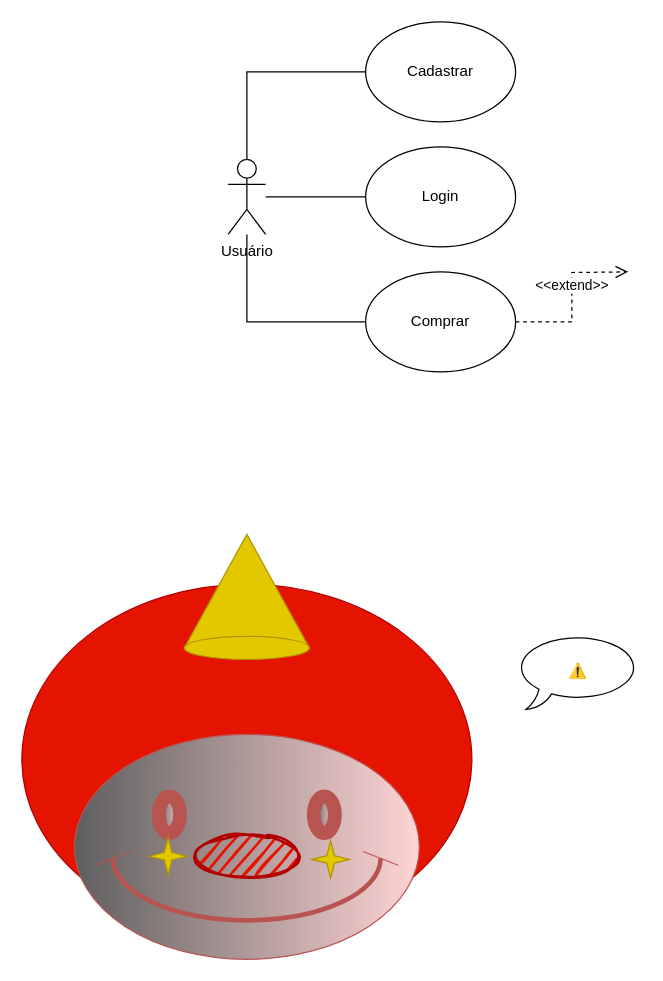
Earlier version of the draw.io diagram Diagrama sem nome.drawio (MolisaxD/Diagramas). Source tidied: cells renumbered, new cells numbered last; positions are measured from the earlier drawing's top-left corner, leaving out a move shared by most shapes. Both pictures are drawn from the tidied source at 125%, with x=0, y=0 at pixel (21, 21).
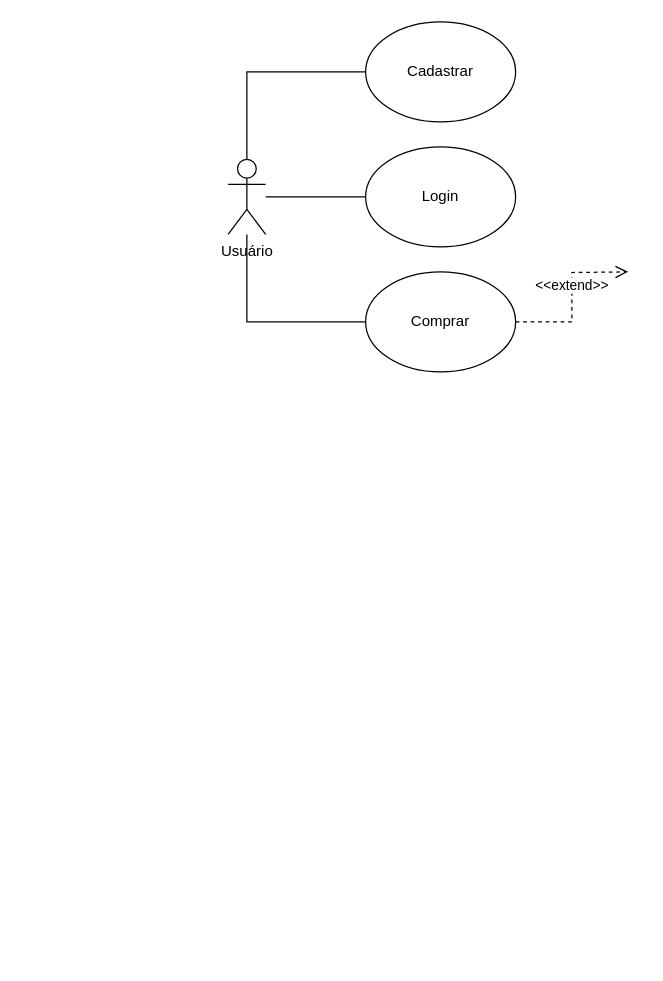
The same page after the edit.

The edit, as a diff of the source:
```diff
@@
 <mxGraphModel>
   <root>
     <mxCell id="0" />
     <mxCell id="1" parent="0" />
     <mxCell id="2" value="Usuário" style="shape=umlActor;verticalLabelPosition=bottom;verticalAlign=top;html=1;outlineConnect=0;" parent="1" vertex="1">
       <mxGeometry x="165" y="110" width="30" height="60" as="geometry" />
     </mxCell>
     <mxCell id="3" style="rounded=0;jettySize=auto;html=1;edgeStyle=orthogonalEdgeStyle;elbow=vertical;endArrow=none;endFill=0;" parent="1" edge="1" source="4" target="2">
       <mxGeometry relative="1" as="geometry" />
     </mxCell>
     <mxCell id="4" value="Cadastrar" style="ellipse;whiteSpace=wrap;html=1;" parent="1" vertex="1">
       <mxGeometry x="275" width="120" height="80" as="geometry" />
     </mxCell>
     <mxCell id="5" style="edgeStyle=orthogonalEdgeStyle;rounded=0;jettySize=auto;html=1;endArrow=none;endFill=0;" parent="1" edge="1" source="6" target="2">
       <mxGeometry relative="1" as="geometry" />
     </mxCell>
     <mxCell id="6" value="Login" style="ellipse;whiteSpace=wrap;html=1;" parent="1" vertex="1">
       <mxGeometry x="275" y="100" width="120" height="80" as="geometry" />
     </mxCell>
     <mxCell id="7" style="edgeStyle=orthogonalEdgeStyle;rounded=0;jettySize=auto;html=1;endArrow=none;endFill=0;" parent="1" edge="1" source="8" target="2">
       <mxGeometry relative="1" as="geometry" />
     </mxCell>
     <mxCell id="8" value="Comprar" style="ellipse;whiteSpace=wrap;html=1;" parent="1" vertex="1">
       <mxGeometry x="275" y="200" width="120" height="80" as="geometry" />
     </mxCell>
     <mxCell id="9" value="&amp;lt;&amp;lt;extend&amp;gt;&amp;gt;" style="html=1;verticalAlign=bottom;endArrow=open;dashed=1;endSize=8;rounded=0;exitX=1;exitY=0.5;exitDx=0;exitDy=0;edgeStyle=orthogonalEdgeStyle;" parent="1" edge="1" source="8">
       <mxGeometry relative="1" as="geometry">
         <mxPoint x="485" y="200" as="targetPoint" />
       </mxGeometry>
     </mxCell>
-    <mxCell id="10" value="⚠️" style="whiteSpace=wrap;html=1;shape=mxgraph.basic.oval_callout;" parent="1" vertex="1">
-      <mxGeometry x="395" y="490" width="100" height="60" as="geometry" />
-    </mxCell>
-    <mxCell id="11" style="group;" parent="1" vertex="1">
-      <mxGeometry y="410" width="360" height="340" as="geometry" />
-    </mxCell>
-    <mxCell id="12" style="ellipse;whiteSpace=wrap;html=1;fillColor=#e51400;fontColor=#ffffff;strokeColor=#B20000;" parent="11" vertex="1">
-      <mxGeometry y="40" width="360" height="280" as="geometry" />
-    </mxCell>
-    <mxCell id="13" style="verticalLabelPosition=bottom;verticalAlign=top;html=1;shape=mxgraph.basic.smiley;fillColor=#FFD4D4;strokeColor=#b85450;fillStyle=auto;gradientColor=#5E5E5E;gradientDirection=west;" parent="11" vertex="1">
-      <mxGeometry x="42" y="160" width="276" height="180" as="geometry" />
-    </mxCell>
-    <mxCell id="14" style="ellipse;whiteSpace=wrap;html=1;strokeWidth=2;fillWeight=2;hachureGap=8;fillColor=#e51400;fillStyle=dots;sketch=1;fontColor=#ffffff;strokeColor=#B20000;" parent="11" vertex="1">
-      <mxGeometry x="136" y="240" width="88" height="35" as="geometry" />
-    </mxCell>
-    <mxCell id="15" style="verticalLabelPosition=bottom;verticalAlign=top;html=1;shape=mxgraph.basic.4_point_star_2;dx=0.8;fillColor=#e3c800;fontColor=#000000;strokeColor=#B09500;" parent="11" vertex="1">
-      <mxGeometry x="102" y="242.5" width="30" height="30" as="geometry" />
-    </mxCell>
-    <mxCell id="16" style="verticalLabelPosition=bottom;verticalAlign=top;html=1;shape=mxgraph.basic.4_point_star_2;dx=0.8;fillColor=#e3c800;fontColor=#000000;strokeColor=#B09500;" parent="11" vertex="1">
-      <mxGeometry x="232" y="245" width="30" height="30" as="geometry" />
-    </mxCell>
-    <mxCell id="17" style="verticalLabelPosition=bottom;verticalAlign=top;html=1;shape=mxgraph.basic.cone;fillColor=#e3c800;fontColor=#000000;strokeColor=#B09500;" parent="11" vertex="1">
-      <mxGeometry x="130" width="100" height="100" as="geometry" />
-    </mxCell>
   </root>
 </mxGraphModel>
```
